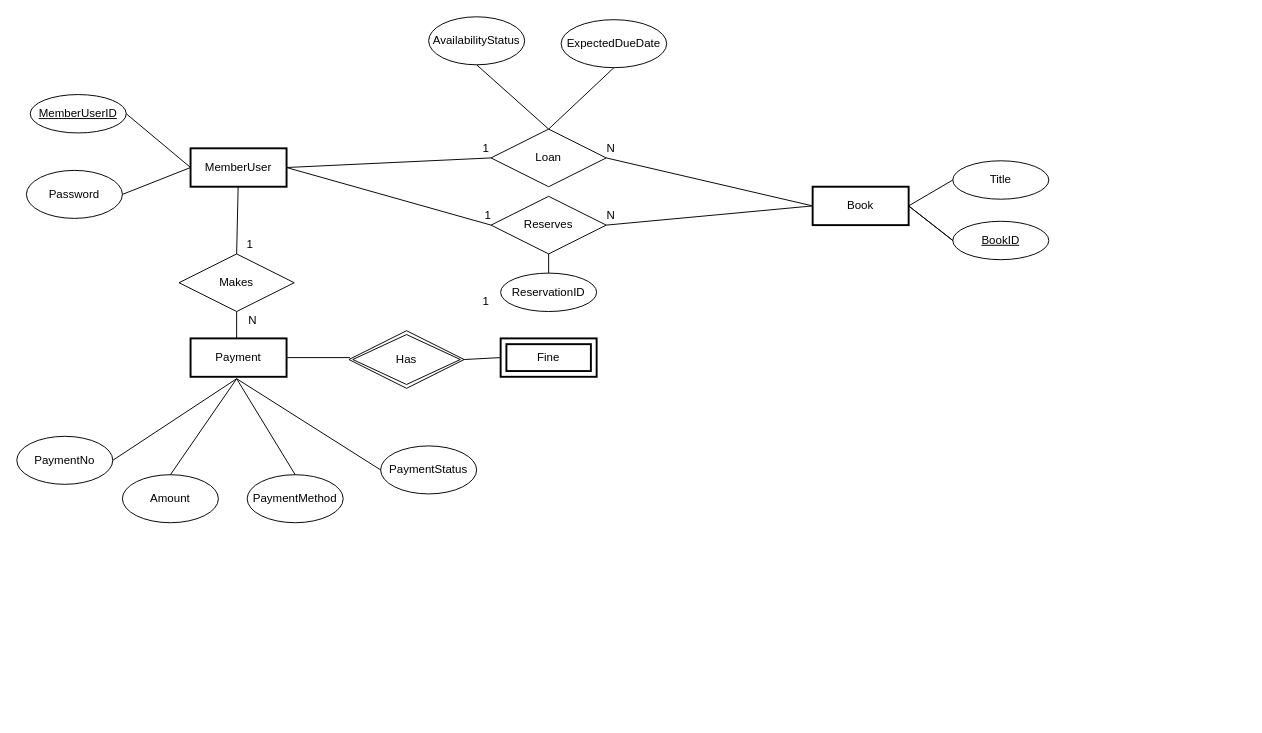
Before: page "Copy of Page-3" (1 of 6) of Untitled Diagram.drawio in kevinmingtarja/bt2102-ILS, a draw.io diagram. Source tidied: cells renumbered, new cells numbered last; positions are measured from the earlier drawing's top-left corner, leaving out a move shared by most shapes. Both pictures are drawn from the tidied source at 96%, with x=0, y=0 at pixel (16, 16).
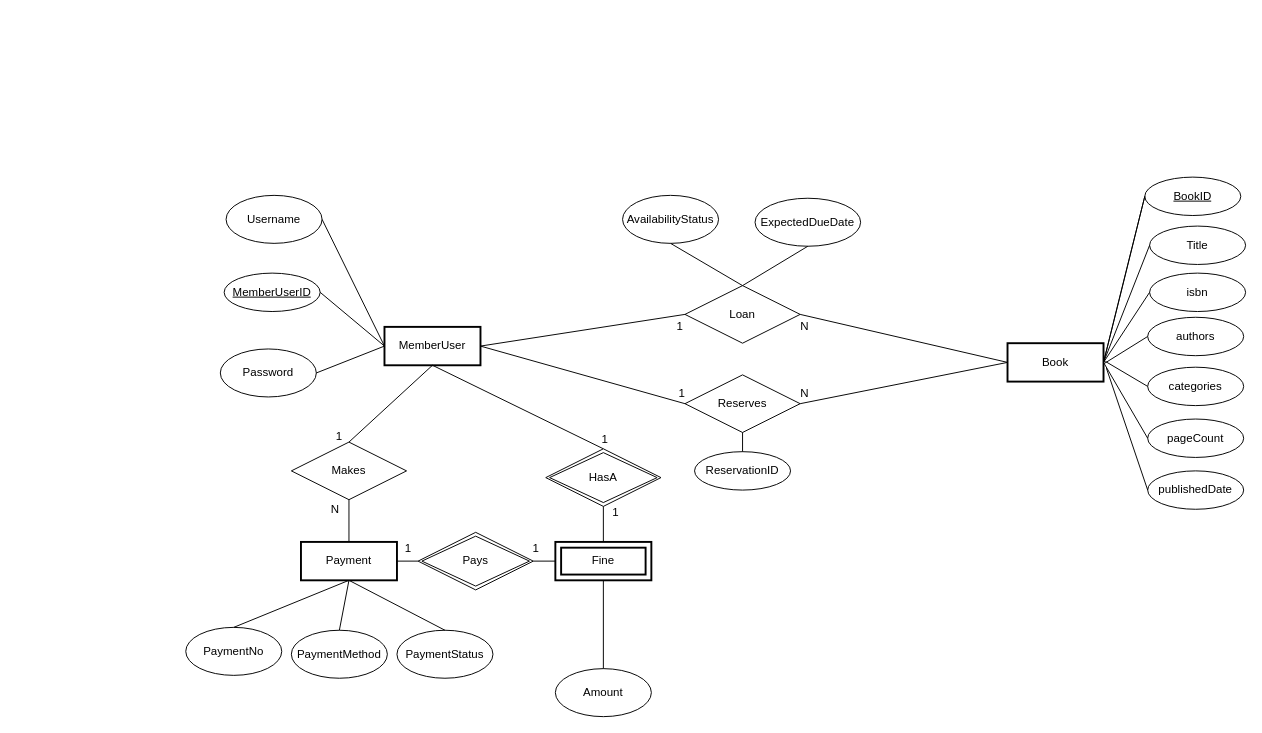
After the change.

Change to the diagram source:
```diff
@@
     <mxCell id="2" value="MemberUser" style="whiteSpace=wrap;html=1;align=center;strokeWidth=2;" parent="1" vertex="1">
-      <mxGeometry x="181" y="137" width="100" height="40" as="geometry" />
+      <mxGeometry x="383" y="323" width="100" height="40" as="geometry" />
     </mxCell>
     <mxCell id="3" value="Book" style="whiteSpace=wrap;html=1;align=center;strokeWidth=2;" parent="1" vertex="1">
-      <mxGeometry x="829" y="177" width="100" height="40" as="geometry" />
+      <mxGeometry x="1032" y="340" width="100" height="40" as="geometry" />
     </mxCell>
     <mxCell id="4" value="Loan" style="shape=rhombus;perimeter=rhombusPerimeter;whiteSpace=wrap;html=1;align=center;" parent="1" vertex="1">
-      <mxGeometry x="494" y="117" width="120" height="60" as="geometry" />
+      <mxGeometry x="696" y="280" width="120" height="60" as="geometry" />
     </mxCell>
     <mxCell id="5" value="MemberUserID" style="ellipse;whiteSpace=wrap;html=1;align=center;fontStyle=4;" parent="1" vertex="1">
-      <mxGeometry x="14" y="81" width="100" height="40" as="geometry" />
+      <mxGeometry x="216" y="267" width="100" height="40" as="geometry" />
     </mxCell>
     <mxCell id="6" value="Password" style="ellipse;whiteSpace=wrap;html=1;align=center;" parent="1" vertex="1">
-      <mxGeometry x="10" y="160" width="100" height="50" as="geometry" />
+      <mxGeometry x="212" y="346" width="100" height="50" as="geometry" />
     </mxCell>
@@
     <mxCell id="9" value="Reserves" style="shape=rhombus;perimeter=rhombusPerimeter;whiteSpace=wrap;html=1;align=center;" parent="1" vertex="1">
-      <mxGeometry x="494" y="187" width="120" height="60" as="geometry" />
+      <mxGeometry x="696" y="373" width="120" height="60" as="geometry" />
     </mxCell>
     <mxCell id="10" value="BookID" style="ellipse;whiteSpace=wrap;html=1;align=center;fontStyle=4;" parent="1" vertex="1">
-      <mxGeometry x="975" y="213" width="100" height="40" as="geometry" />
+      <mxGeometry x="1175" y="167" width="100" height="40" as="geometry" />
     </mxCell>
@@
     <mxCell id="12" value="Title" style="ellipse;whiteSpace=wrap;html=1;align=center;fontStyle=0;" parent="1" vertex="1">
-      <mxGeometry x="975" y="150" width="100" height="40" as="geometry" />
+      <mxGeometry x="1180" y="218" width="100" height="40" as="geometry" />
     </mxCell>
     <mxCell id="13" value="ReservationID" style="ellipse;whiteSpace=wrap;html=1;align=center;fontStyle=0;" parent="1" vertex="1">
-      <mxGeometry x="504" y="267" width="100" height="40" as="geometry" />
+      <mxGeometry x="706" y="453" width="100" height="40" as="geometry" />
     </mxCell>
     <mxCell id="14" value="ExpectedDueDate" style="ellipse;whiteSpace=wrap;html=1;align=center;fontStyle=0;" parent="1" vertex="1">
-      <mxGeometry x="567" y="3" width="110" height="50" as="geometry" />
+      <mxGeometry x="769" y="189" width="110" height="50" as="geometry" />
     </mxCell>
@@
-    <mxCell id="21" style="endArrow=none;html=1;exitX=0.5;exitY=0;exitDx=0;exitDy=0;entryX=0.5;entryY=1;entryDx=0;entryDy=0;" parent="1" edge="1">
-      <mxGeometry relative="1" as="geometry">
-        <mxPoint x="229" y="337" as="sourcePoint" />
-        <mxPoint x="229" y="307" as="targetPoint" />
-      </mxGeometry>
+    <mxCell id="21" style="endArrow=none;html=1;exitX=0.5;exitY=0;exitDx=0;exitDy=0;entryX=0.5;entryY=1;entryDx=0;entryDy=0;" parent="1" edge="1" source="42" target="45">
+      <mxGeometry relative="1" as="geometry" />
     </mxCell>
-    <mxCell id="22" style="endArrow=none;html=1;exitX=0.5;exitY=0;exitDx=0;exitDy=0;" parent="1" edge="1" target="2">
-      <mxGeometry relative="1" as="geometry">
-        <mxPoint x="229" y="247" as="sourcePoint" />
-      </mxGeometry>
+    <mxCell id="22" style="endArrow=none;html=1;exitX=0.5;exitY=0;exitDx=0;exitDy=0;entryX=0.5;entryY=1;entryDx=0;entryDy=0;" parent="1" edge="1" source="45" target="2">
+      <mxGeometry relative="1" as="geometry" />
     </mxCell>
     <mxCell id="23" value="PaymentNo" style="ellipse;whiteSpace=wrap;html=1;align=center;" parent="1" vertex="1">
-      <mxGeometry y="437" width="100" height="50" as="geometry" />
+      <mxGeometry x="176" y="636" width="100" height="50" as="geometry" />
     </mxCell>
     <mxCell id="24" value="Amount" style="ellipse;whiteSpace=wrap;html=1;align=center;" parent="1" vertex="1">
-      <mxGeometry x="110" y="477" width="100" height="50" as="geometry" />
+      <mxGeometry x="561" y="679" width="100" height="50" as="geometry" />
     </mxCell>
     <mxCell id="25" value="PaymentMethod" style="ellipse;whiteSpace=wrap;html=1;align=center;" parent="1" vertex="1">
-      <mxGeometry x="240" y="477" width="100" height="50" as="geometry" />
+      <mxGeometry x="286" y="639" width="100" height="50" as="geometry" />
     </mxCell>
     <mxCell id="26" value="PaymentStatus" style="ellipse;whiteSpace=wrap;html=1;align=center;" parent="1" vertex="1">
-      <mxGeometry x="379" y="447" width="100" height="50" as="geometry" />
+      <mxGeometry x="396" y="639" width="100" height="50" as="geometry" />
     </mxCell>
-    <mxCell id="27" style="endArrow=none;html=1;exitX=1;exitY=0.5;exitDx=0;exitDy=0;entryX=0.5;entryY=1;entryDx=0;entryDy=0;" parent="1" edge="1" source="23">
-      <mxGeometry relative="1" as="geometry">
-        <mxPoint x="229" y="377" as="targetPoint" />
-      </mxGeometry>
+    <mxCell id="27" style="endArrow=none;html=1;exitX=0.5;exitY=0;exitDx=0;exitDy=0;entryX=0.5;entryY=1;entryDx=0;entryDy=0;" parent="1" edge="1" source="23" target="42">
+      <mxGeometry relative="1" as="geometry" />
     </mxCell>
-    <mxCell id="28" style="endArrow=none;html=1;exitX=0.5;exitY=0;exitDx=0;exitDy=0;entryX=0.5;entryY=1;entryDx=0;entryDy=0;" parent="1" edge="1" source="24">
-      <mxGeometry relative="1" as="geometry">
-        <mxPoint x="229" y="377" as="targetPoint" />
-      </mxGeometry>
+    <mxCell id="28" style="endArrow=none;html=1;exitX=0.5;exitY=0;exitDx=0;exitDy=0;entryX=0.5;entryY=1;entryDx=0;entryDy=0;" parent="1" edge="1" source="24" target="43">
+      <mxGeometry relative="1" as="geometry" />
     </mxCell>
-    <mxCell id="29" style="endArrow=none;html=1;exitX=0.5;exitY=0;exitDx=0;exitDy=0;entryX=0.5;entryY=1;entryDx=0;entryDy=0;" parent="1" edge="1" source="25">
-      <mxGeometry relative="1" as="geometry">
-        <mxPoint x="229" y="377" as="targetPoint" />
-      </mxGeometry>
+    <mxCell id="29" style="endArrow=none;html=1;exitX=0.5;exitY=0;exitDx=0;exitDy=0;entryX=0.5;entryY=1;entryDx=0;entryDy=0;" parent="1" edge="1" source="25" target="42">
+      <mxGeometry relative="1" as="geometry" />
     </mxCell>
-    <mxCell id="30" style="endArrow=none;html=1;exitX=0;exitY=0.5;exitDx=0;exitDy=0;entryX=0.5;entryY=1;entryDx=0;entryDy=0;" parent="1" edge="1" source="26">
-      <mxGeometry relative="1" as="geometry">
-        <mxPoint x="229" y="377" as="targetPoint" />
-      </mxGeometry>
+    <mxCell id="30" style="endArrow=none;html=1;exitX=0.5;exitY=0;exitDx=0;exitDy=0;entryX=0.5;entryY=1;entryDx=0;entryDy=0;" parent="1" edge="1" source="26" target="42">
+      <mxGeometry relative="1" as="geometry" />
     </mxCell>
     <mxCell id="31" value="AvailabilityStatus" style="ellipse;whiteSpace=wrap;html=1;align=center;" parent="1" vertex="1">
-      <mxGeometry x="429" width="100" height="50" as="geometry" />
+      <mxGeometry x="631" y="186" width="100" height="50" as="geometry" />
     </mxCell>
@@
     <mxCell id="35" value="1" style="text;html=1;strokeColor=none;fillColor=none;align=center;verticalAlign=middle;whiteSpace=wrap;rounded=0;" parent="1" vertex="1">
-      <mxGeometry x="469" y="127" width="40" height="20" as="geometry" />
+      <mxGeometry x="671" y="313" width="40" height="20" as="geometry" />
     </mxCell>
     <mxCell id="36" value="1" style="text;html=1;strokeColor=none;fillColor=none;align=center;verticalAlign=middle;whiteSpace=wrap;rounded=0;" parent="1" vertex="1">
-      <mxGeometry x="223" y="227" width="40" height="20" as="geometry" />
+      <mxGeometry x="316" y="427" width="40" height="20" as="geometry" />
     </mxCell>
     <mxCell id="37" value="N" style="text;html=1;strokeColor=none;fillColor=none;align=center;verticalAlign=middle;whiteSpace=wrap;rounded=0;" parent="1" vertex="1">
-      <mxGeometry x="226" y="307" width="40" height="20" as="geometry" />
+      <mxGeometry x="312" y="503" width="40" height="20" as="geometry" />
     </mxCell>
     <mxCell id="38" value="N" style="text;html=1;strokeColor=none;fillColor=none;align=center;verticalAlign=middle;whiteSpace=wrap;rounded=0;" parent="1" vertex="1">
-      <mxGeometry x="599" y="127" width="40" height="20" as="geometry" />
+      <mxGeometry x="801" y="313" width="40" height="20" as="geometry" />
     </mxCell>
     <mxCell id="39" value="1" style="text;html=1;strokeColor=none;fillColor=none;align=center;verticalAlign=middle;whiteSpace=wrap;rounded=0;" parent="1" vertex="1">
-      <mxGeometry x="469" y="287" width="40" height="20" as="geometry" />
+      <mxGeometry x="593" y="430" width="40" height="20" as="geometry" />
     </mxCell>
     <mxCell id="40" value="1" style="text;html=1;strokeColor=none;fillColor=none;align=center;verticalAlign=middle;whiteSpace=wrap;rounded=0;" parent="1" vertex="1">
-      <mxGeometry x="471" y="197" width="40" height="20" as="geometry" />
+      <mxGeometry x="673" y="383" width="40" height="20" as="geometry" />
     </mxCell>
     <mxCell id="41" value="N" style="text;html=1;strokeColor=none;fillColor=none;align=center;verticalAlign=middle;whiteSpace=wrap;rounded=0;" parent="1" vertex="1">
-      <mxGeometry x="599" y="197" width="40" height="20" as="geometry" />
+      <mxGeometry x="801" y="383" width="40" height="20" as="geometry" />
     </mxCell>
     <mxCell id="42" value="Payment" style="whiteSpace=wrap;html=1;align=center;strokeWidth=2;" parent="1" vertex="1">
-      <mxGeometry x="181" y="335" width="100" height="40" as="geometry" />
+      <mxGeometry x="296" y="547" width="100" height="40" as="geometry" />
     </mxCell>
     <mxCell id="43" value="Fine" style="shape=ext;margin=3;double=1;whiteSpace=wrap;html=1;align=center;strokeWidth=2;" parent="1" vertex="1">
-      <mxGeometry x="504" y="335" width="100" height="40" as="geometry" />
+      <mxGeometry x="561" y="547" width="100" height="40" as="geometry" />
     </mxCell>
-    <mxCell id="44" value="Has" style="shape=rhombus;double=1;perimeter=rhombusPerimeter;whiteSpace=wrap;html=1;align=center;" parent="1" vertex="1">
-      <mxGeometry x="346" y="327" width="120" height="60" as="geometry" />
+    <mxCell id="44" value="Pays" style="shape=rhombus;double=1;perimeter=rhombusPerimeter;whiteSpace=wrap;html=1;align=center;" parent="1" vertex="1">
+      <mxGeometry x="418" y="537" width="120" height="60" as="geometry" />
     </mxCell>
     <mxCell id="45" value="Makes" style="shape=rhombus;perimeter=rhombusPerimeter;whiteSpace=wrap;html=1;align=center;" parent="1" vertex="1">
-      <mxGeometry x="169" y="247" width="120" height="60" as="geometry" />
+      <mxGeometry x="286" y="443" width="120" height="60" as="geometry" />
     </mxCell>
-    <mxCell id="46" style="endArrow=none;html=1;exitX=1;exitY=0.5;exitDx=0;exitDy=0;" parent="1" edge="1" source="42">
-      <mxGeometry relative="1" as="geometry">
-        <mxPoint x="347" y="355" as="targetPoint" />
-      </mxGeometry>
+    <mxCell id="46" style="endArrow=none;html=1;exitX=1;exitY=0.5;exitDx=0;exitDy=0;entryX=0;entryY=0.5;entryDx=0;entryDy=0;" parent="1" edge="1" source="42" target="44">
+      <mxGeometry relative="1" as="geometry" />
     </mxCell>
@@
+    <mxCell id="48" style="endArrow=none;html=1;entryX=0.5;entryY=1;entryDx=0;entryDy=0;exitX=0.5;exitY=0;exitDx=0;exitDy=0;" parent="1" edge="1" source="49" target="2">
+      <mxGeometry relative="1" as="geometry" />
+    </mxCell>
+    <mxCell id="49" value="HasA" style="shape=rhombus;double=1;perimeter=rhombusPerimeter;whiteSpace=wrap;html=1;align=center;" parent="1" vertex="1">
+      <mxGeometry x="551" y="450" width="120" height="60" as="geometry" />
+    </mxCell>
+    <mxCell id="50" style="endArrow=none;html=1;entryX=0.5;entryY=1;entryDx=0;entryDy=0;exitX=0.5;exitY=0;exitDx=0;exitDy=0;" parent="1" edge="1" source="43" target="49">
+      <mxGeometry relative="1" as="geometry" />
+    </mxCell>
+    <mxCell id="51" value="1" style="text;html=1;strokeColor=none;fillColor=none;align=center;verticalAlign=middle;whiteSpace=wrap;rounded=0;" parent="1" vertex="1">
+      <mxGeometry x="604" y="507" width="40" height="20" as="geometry" />
+    </mxCell>
+    <mxCell id="52" value="Username" style="ellipse;whiteSpace=wrap;html=1;align=center;" parent="1" vertex="1">
+      <mxGeometry x="218" y="186" width="100" height="50" as="geometry" />
+    </mxCell>
+    <mxCell id="53" style="endArrow=none;html=1;exitX=1;exitY=0.5;exitDx=0;exitDy=0;entryX=0;entryY=0.5;entryDx=0;entryDy=0;" parent="1" edge="1" source="52" target="2">
+      <mxGeometry relative="1" as="geometry" />
+    </mxCell>
+    <mxCell id="54" value="1" style="text;html=1;strokeColor=none;fillColor=none;align=center;verticalAlign=middle;whiteSpace=wrap;rounded=0;" parent="1" vertex="1">
+      <mxGeometry x="521" y="544" width="40" height="20" as="geometry" />
+    </mxCell>
+    <mxCell id="55" value="1" style="text;html=1;strokeColor=none;fillColor=none;align=center;verticalAlign=middle;whiteSpace=wrap;rounded=0;" parent="1" vertex="1">
+      <mxGeometry x="388" y="544" width="40" height="20" as="geometry" />
+    </mxCell>
+    <mxCell id="56" value="authors" style="ellipse;whiteSpace=wrap;html=1;align=center;fontStyle=0;" parent="1" vertex="1">
+      <mxGeometry x="1178" y="313" width="100" height="40" as="geometry" />
+    </mxCell>
+    <mxCell id="57" style="endArrow=none;html=1;rounded=0;entryX=0;entryY=0.5;entryDx=0;entryDy=0;" parent="1" edge="1" target="56">
+      <mxGeometry relative="1" as="geometry">
+        <mxPoint x="1133" y="361" as="sourcePoint" />
+      </mxGeometry>
+    </mxCell>
+    <mxCell id="58" value="pageCount" style="ellipse;whiteSpace=wrap;html=1;align=center;fontStyle=0;" parent="1" vertex="1">
+      <mxGeometry x="1178" y="419" width="100" height="40" as="geometry" />
+    </mxCell>
+    <mxCell id="59" style="endArrow=none;html=1;rounded=0;entryX=0;entryY=0.5;entryDx=0;entryDy=0;exitX=1;exitY=0.5;exitDx=0;exitDy=0;" parent="1" edge="1" source="3" target="58">
+      <mxGeometry relative="1" as="geometry" />
+    </mxCell>
+    <mxCell id="60" value="publishedDate" style="ellipse;whiteSpace=wrap;html=1;align=center;fontStyle=0;" parent="1" vertex="1">
+      <mxGeometry x="1178" y="473" width="100" height="40" as="geometry" />
+    </mxCell>
+    <mxCell id="61" style="endArrow=none;html=1;rounded=0;entryX=0;entryY=0.5;entryDx=0;entryDy=0;" parent="1" edge="1" target="60">
+      <mxGeometry relative="1" as="geometry">
+        <mxPoint x="1135" y="366" as="sourcePoint" />
+      </mxGeometry>
+    </mxCell>
+    <mxCell id="62" value="categories" style="ellipse;whiteSpace=wrap;html=1;align=center;fontStyle=0;" parent="1" vertex="1">
+      <mxGeometry x="1178" y="365" width="100" height="40" as="geometry" />
+    </mxCell>
+    <mxCell id="63" style="endArrow=none;html=1;rounded=0;entryX=0;entryY=0.5;entryDx=0;entryDy=0;" parent="1" edge="1" target="62">
+      <mxGeometry relative="1" as="geometry">
+        <mxPoint x="1134" y="359" as="sourcePoint" />
+      </mxGeometry>
+    </mxCell>
+    <mxCell id="64" value="isbn" style="ellipse;whiteSpace=wrap;html=1;align=center;fontStyle=0;" parent="1" vertex="1">
+      <mxGeometry x="1180" y="267" width="100" height="40" as="geometry" />
+    </mxCell>
+    <mxCell id="65" style="endArrow=none;html=1;rounded=0;exitX=1;exitY=0.5;exitDx=0;exitDy=0;entryX=0;entryY=0.5;entryDx=0;entryDy=0;" parent="1" edge="1" source="3" target="64">
+      <mxGeometry relative="1" as="geometry" />
+    </mxCell>
```
